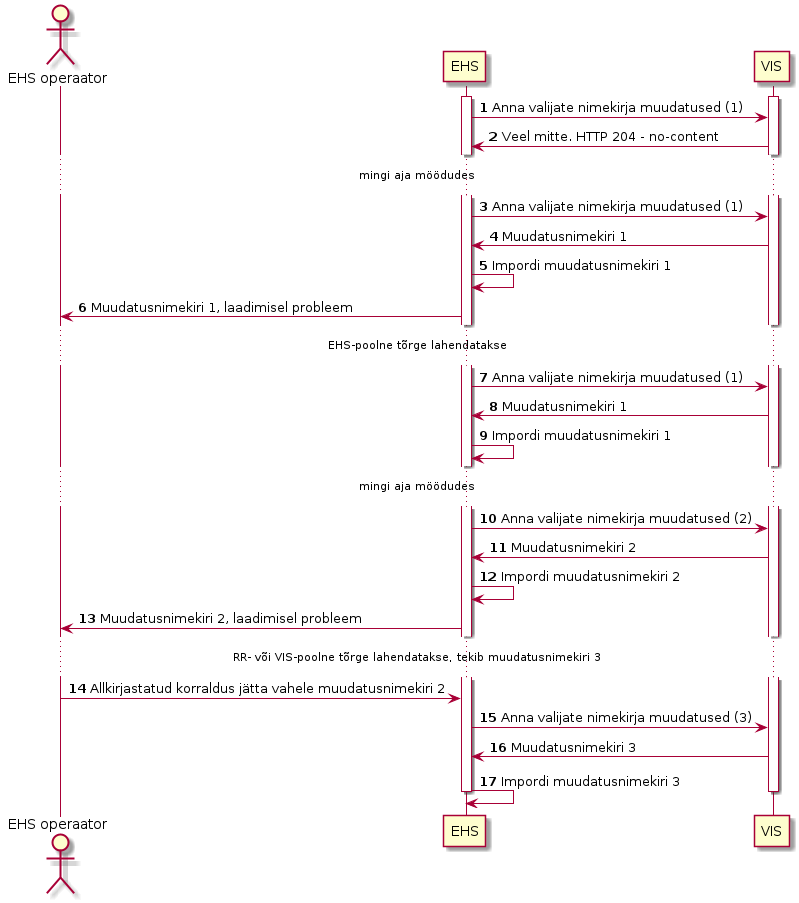
Before: model/list_changeset.png, a diagram exported from PlantUML (ivarsmolin/VIS3-EHS). Source of this version:
```plantuml
@startuml
autonumber
actor "EHS operaator" as ac_ehs
participant "EHS" as ehs
participant "VIS" as vis

activate vis
activate ehs

ehs -> vis : Anna valijate nimekirja muudatused (1)
vis -> ehs : Veel mitte. HTTP 204 - no-content

...mingi aja möödudes...

ehs -> vis : Anna valijate nimekirja muudatused (1)
vis -> ehs : Muudatusnimekiri 1
ehs -> ehs : Impordi muudatusnimekiri 1
ehs -> ac_ehs: Muudatusnimekiri 1, laadimisel probleem

...EHS-poolne tõrge lahendatakse...

ehs -> vis : Anna valijate nimekirja muudatused (1)
vis -> ehs : Muudatusnimekiri 1
ehs -> ehs : Impordi muudatusnimekiri 1

...mingi aja möödudes...


ehs -> vis : Anna valijate nimekirja muudatused (2)
vis -> ehs : Muudatusnimekiri 2
ehs -> ehs : Impordi muudatusnimekiri 2
ehs -> ac_ehs: Muudatusnimekiri 2, laadimisel probleem

...RR- või VIS-poolne tõrge lahendatakse, tekib muudatusnimekiri 3...

ac_ehs -> ehs: Allkirjastatud korraldus jätta vahele muudatusnimekiri 2

ehs -> vis : Anna valijate nimekirja muudatused (3)
vis -> ehs : Muudatusnimekiri 3
ehs -> ehs : Impordi muudatusnimekiri 3

deactivate vis
deactivate ehs
@enduml
```
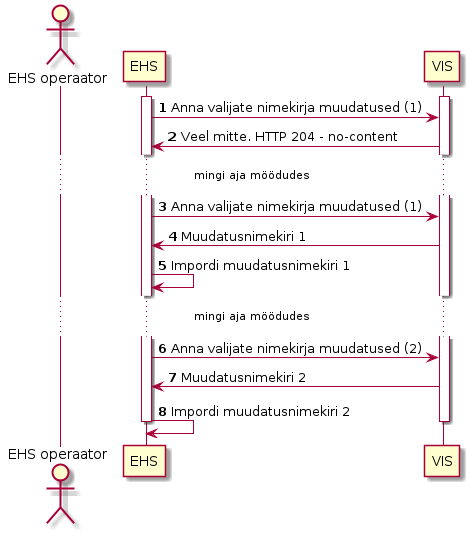
The same diagram one commit later.

The edit, as a diff of the source:
```diff
@@ -15,29 +15,12 @@
 ehs -> vis : Anna valijate nimekirja muudatused (1)
 vis -> ehs : Muudatusnimekiri 1
 ehs -> ehs : Impordi muudatusnimekiri 1
-ehs -> ac_ehs: Muudatusnimekiri 1, laadimisel probleem
-
-...EHS-poolne tõrge lahendatakse...
-
-ehs -> vis : Anna valijate nimekirja muudatused (1)
-vis -> ehs : Muudatusnimekiri 1
-ehs -> ehs : Impordi muudatusnimekiri 1
 
 ...mingi aja möödudes...
-
 
 ehs -> vis : Anna valijate nimekirja muudatused (2)
 vis -> ehs : Muudatusnimekiri 2
 ehs -> ehs : Impordi muudatusnimekiri 2
-ehs -> ac_ehs: Muudatusnimekiri 2, laadimisel probleem
-
-...RR- või VIS-poolne tõrge lahendatakse, tekib muudatusnimekiri 3...
-
-ac_ehs -> ehs: Allkirjastatud korraldus jätta vahele muudatusnimekiri 2
-
-ehs -> vis : Anna valijate nimekirja muudatused (3)
-vis -> ehs : Muudatusnimekiri 3
-ehs -> ehs : Impordi muudatusnimekiri 3
 
 deactivate vis
 deactivate ehs
```
